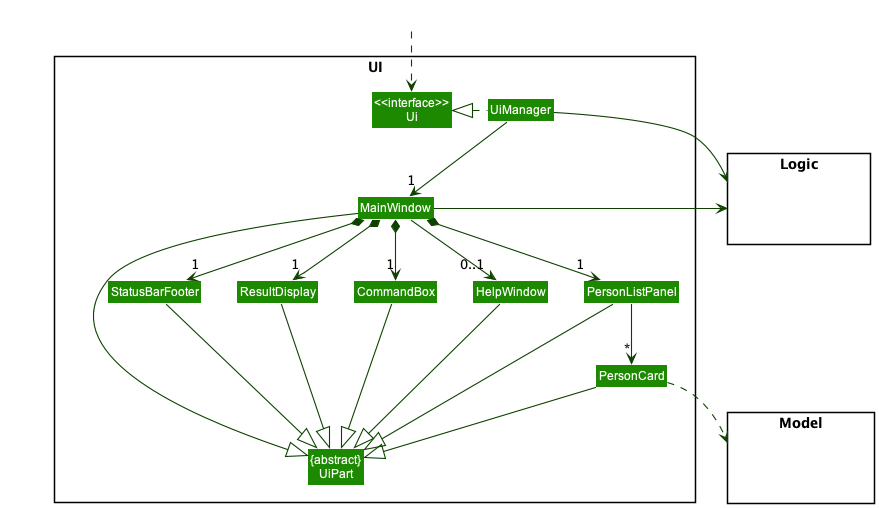
This is docs/images/UiClassDiagram.png from nus-cs2103-AY2223S1/tp, a PlantUML export, as it was before one commit.
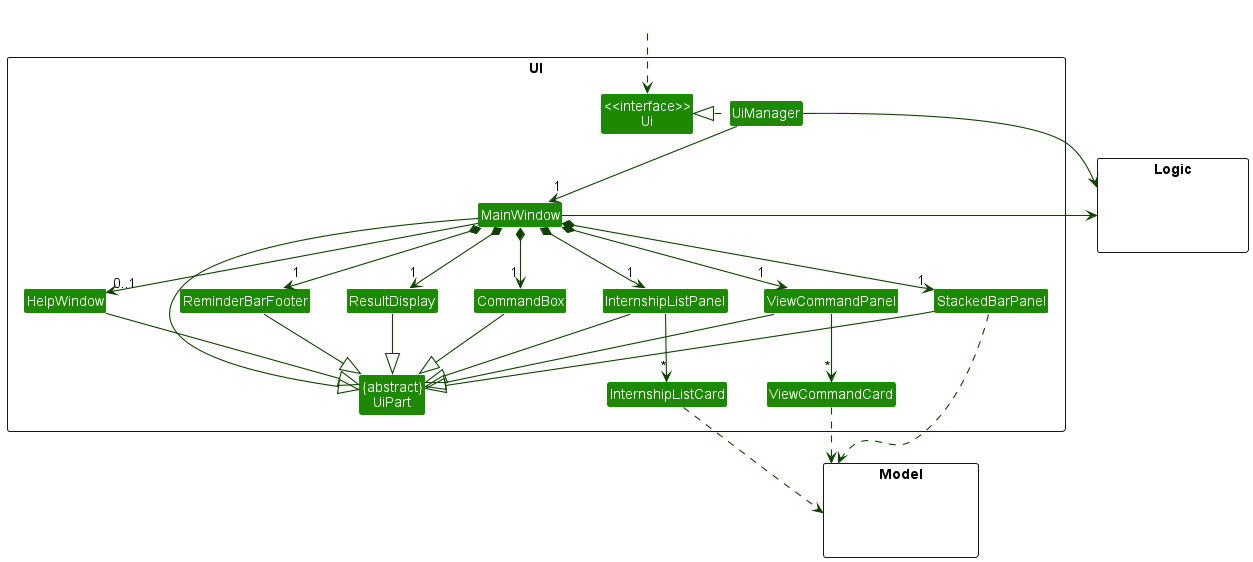
After the change.

Commit message:
Update Ui class diagram image

Change to the diagram source:
```diff
@@ -9,12 +9,15 @@
 Class "{abstract}\nUiPart" as UiPart
 Class UiManager
 Class MainWindow
+Class ResultDisplay
+Class InternshipListPanel
+Class InternshipListCard
+Class ViewCommandPanel
+Class ViewCommandCard
+Class ReminderBarFooter
+Class CommandBox
 Class HelpWindow
-Class ResultDisplay
-Class PersonListPanel
-Class PersonCard
-Class StatusBarFooter
-Class CommandBox
+Class StackedBarPanel
 }
 
 package Model <<Rectangle>> {
@@ -30,31 +33,37 @@
 
 UiManager .left.|> Ui
 UiManager -down-> "1" MainWindow
-MainWindow *-down->  "1" CommandBox
+MainWindow *-down-> "1" CommandBox
 MainWindow *-down-> "1" ResultDisplay
-MainWindow *-down-> "1" PersonListPanel
-MainWindow *-down-> "1" StatusBarFooter
+MainWindow *-down-> "1" InternshipListPanel
+MainWindow *-down-> "1" ViewCommandPanel
+MainWindow *-down-> "1" ReminderBarFooter
+MainWindow *-down-> "1" StackedBarPanel
 MainWindow --> "0..1" HelpWindow
 
-PersonListPanel -down-> "*" PersonCard
+InternshipListPanel -down-> "*" InternshipListCard
+ViewCommandPanel -down-> "*" ViewCommandCard
 
 MainWindow -left-|> UiPart
 
 ResultDisplay --|> UiPart
 CommandBox --|> UiPart
-PersonListPanel --|> UiPart
-PersonCard --|> UiPart
-StatusBarFooter --|> UiPart
+InternshipListPanel --|> UiPart
+ViewCommandPanel --|> UiPart
+ReminderBarFooter --|> UiPart
 HelpWindow --|> UiPart
+StackedBarPanel --|> UiPart
 
-PersonCard ..> Model
+InternshipListCard ..> Model
+ViewCommandCard ..> Model
+StackedBarPanel ..> Model
 UiManager -right-> Logic
 MainWindow -left-> Logic
 
-PersonListPanel -[hidden]left- HelpWindow
-HelpWindow -[hidden]left- CommandBox
-CommandBox -[hidden]left- ResultDisplay
-ResultDisplay -[hidden]left- StatusBarFooter
+InternshipListPanel -[hidden]left- HelpWindow
+ViewCommandPanel -[hidden]left-InternshipListPanel
+HelpWindow -[hidden]right- StackedBarPanel
+ResultDisplay -[hidden]left- StackedBarPanel
 
 MainWindow -[hidden]-|> UiPart
 @enduml
```
